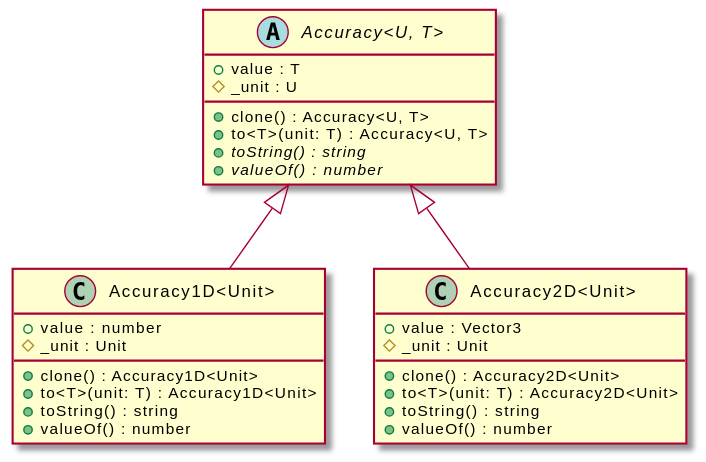
Before: assets/Accuracy-umlClassDiagram-6568.svg, a diagram exported from PlantUML (OpenHPS/openhps-core). Source of this version:
```plantuml
@startuml
skinparam BackgroundColor transparent
hide empty methods
hide empty fields
abstract class "Accuracy<U, T>" {
    +value : T
    #_unit : U
    +clone() : Accuracy<U, T>
    +to<T>(unit: T) : Accuracy<U, T>
    {abstract} +toString() : string
    {abstract} +valueOf() : number
}
class "Accuracy1D<Unit>" {
    +value : number
    #_unit : Unit
    +clone() : Accuracy1D<Unit>
    +to<T>(unit: T) : Accuracy1D<Unit>
    +toString() : string
    +valueOf() : number
}
"Accuracy<U, T>" <|-- "Accuracy1D<Unit>"
class "Accuracy2D<Unit>" {
    +value : Vector3
    #_unit : Unit
    +clone() : Accuracy2D<Unit>
    +to<T>(unit: T) : Accuracy2D<Unit>
    +toString() : string
    +valueOf() : number
}
"Accuracy<U, T>" <|-- "Accuracy2D<Unit>"
@enduml
```
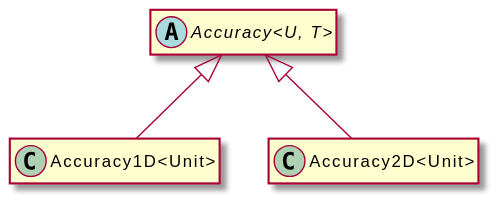
The same file after the commit.

Change to the diagram source:
```diff
@@ -3,29 +3,11 @@
 hide empty methods
 hide empty fields
 abstract class "Accuracy<U, T>" {
-    +value : T
-    #_unit : U
-    +clone() : Accuracy<U, T>
-    +to<T>(unit: T) : Accuracy<U, T>
-    {abstract} +toString() : string
-    {abstract} +valueOf() : number
 }
 class "Accuracy1D<Unit>" {
-    +value : number
-    #_unit : Unit
-    +clone() : Accuracy1D<Unit>
-    +to<T>(unit: T) : Accuracy1D<Unit>
-    +toString() : string
-    +valueOf() : number
 }
 "Accuracy<U, T>" <|-- "Accuracy1D<Unit>"
 class "Accuracy2D<Unit>" {
-    +value : Vector3
-    #_unit : Unit
-    +clone() : Accuracy2D<Unit>
-    +to<T>(unit: T) : Accuracy2D<Unit>
-    +toString() : string
-    +valueOf() : number
 }
 "Accuracy<U, T>" <|-- "Accuracy2D<Unit>"
 @enduml
```
